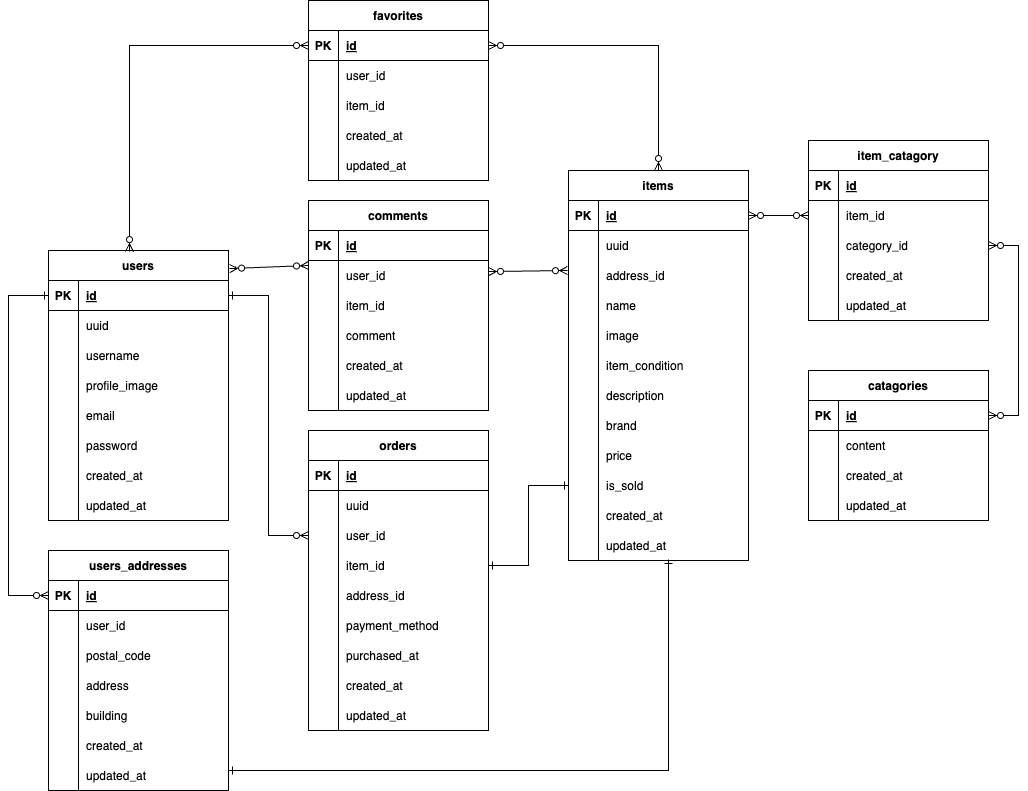
Before: erd.png, a diagram exported from draw.io (Koharu5810/flea_market). Source tidied: cells renumbered, new cells last; positions are measured from the earlier drawing's top-left corner, leaving out a move shared by most shapes.
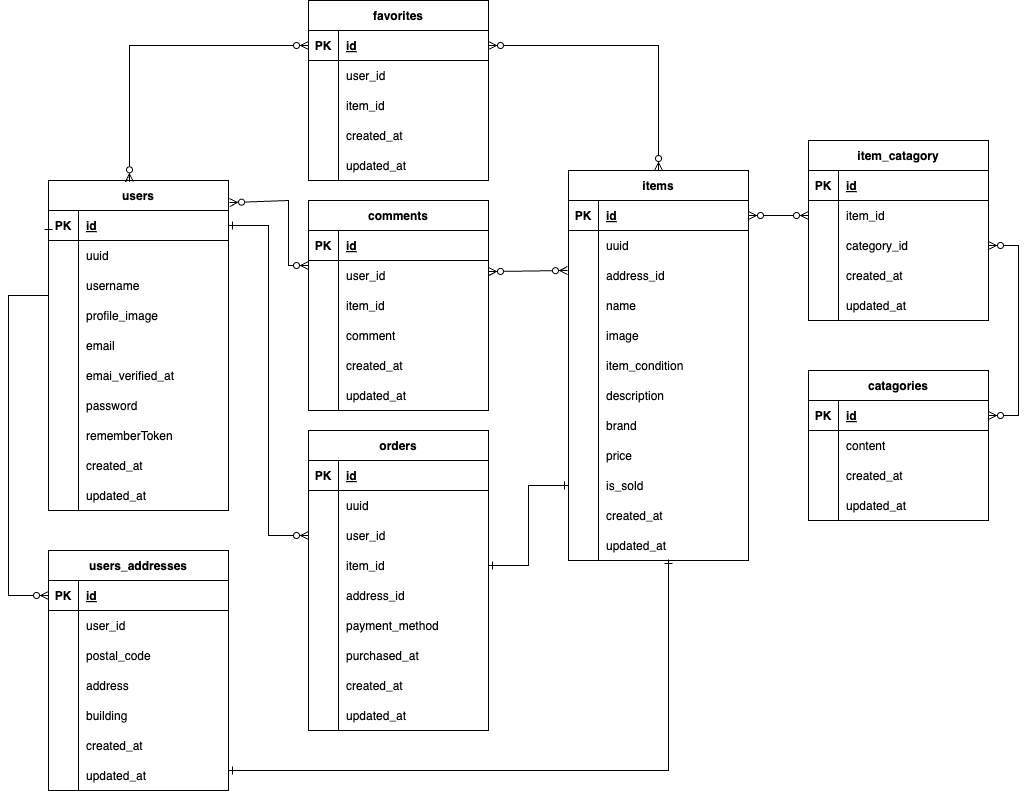
The same diagram one commit later.

What changed in the source:
```diff
@@ -272,7 +272,7 @@
       <mxGeometry x="30" width="150" height="30" as="geometry" />
     </mxCell>
     <mxCell id="90" value="users" style="shape=table;startSize=30;rowLines=0;fontStyle=1;align=center;" parent="1" vertex="1">
-      <mxGeometry x="40" y="250" width="180" height="270" as="geometry" />
+      <mxGeometry x="40" y="180" width="180" height="330" as="geometry" />
     </mxCell>
     <mxCell id="91" style="shape=tableRow;horizontal=0;startSize=0;swimlaneHead=0;swimlaneBody=0;fillColor=none;points=[[0,0.5],[1,0.5]];portConstraint=eastwest;top=0;left=0;right=0;bottom=1;" parent="90" vertex="1">
       <mxGeometry y="30" width="180" height="30" as="geometry" />
@@ -325,7 +325,7 @@
     <mxCell id="107" style="shape=partialRectangle;fillColor=none;top=0;left=0;bottom=0;right=0;overflow=hidden;" parent="106" vertex="1">
       <mxGeometry width="30" height="30" as="geometry" />
     </mxCell>
-    <mxCell id="108" value="password" style="shape=partialRectangle;fillColor=none;top=0;left=0;bottom=0;right=0;align=left;spacingLeft=6;overflow=hidden;" parent="106" vertex="1">
+    <mxCell id="108" value="emai_verified_at" style="shape=partialRectangle;fillColor=none;top=0;left=0;bottom=0;right=0;align=left;spacingLeft=6;overflow=hidden;" parent="106" vertex="1">
       <mxGeometry x="30" width="150" height="30" as="geometry" />
     </mxCell>
     <mxCell id="109" style="shape=tableRow;horizontal=0;startSize=0;swimlaneHead=0;swimlaneBody=0;fillColor=none;top=0;left=0;right=0;bottom=0;" parent="90" vertex="1">
@@ -334,11 +334,29 @@
     <mxCell id="110" style="shape=partialRectangle;fillColor=none;top=0;left=0;bottom=0;right=0;overflow=hidden;" parent="109" vertex="1">
       <mxGeometry width="30" height="30" as="geometry" />
     </mxCell>
-    <mxCell id="111" value="created_at" style="shape=partialRectangle;fillColor=none;top=0;left=0;bottom=0;right=0;align=left;spacingLeft=6;overflow=hidden;" parent="109" vertex="1">
+    <mxCell id="111" value="password" style="shape=partialRectangle;fillColor=none;top=0;left=0;bottom=0;right=0;align=left;spacingLeft=6;overflow=hidden;" parent="109" vertex="1">
       <mxGeometry x="30" width="150" height="30" as="geometry" />
     </mxCell>
+    <mxCell id="188" style="shape=tableRow;horizontal=0;startSize=0;swimlaneHead=0;swimlaneBody=0;fillColor=none;top=0;left=0;right=0;bottom=0;" parent="90" vertex="1">
+      <mxGeometry y="240" width="180" height="30" as="geometry" />
+    </mxCell>
+    <mxCell id="189" style="shape=partialRectangle;fillColor=none;top=0;left=0;bottom=0;right=0;overflow=hidden;" parent="188" vertex="1">
+      <mxGeometry width="30" height="30" as="geometry" />
+    </mxCell>
+    <mxCell id="190" value="rememberToken" style="shape=partialRectangle;fillColor=none;top=0;left=0;bottom=0;right=0;align=left;spacingLeft=6;overflow=hidden;" parent="188" vertex="1">
+      <mxGeometry x="30" width="150" height="30" as="geometry" />
+    </mxCell>
+    <mxCell id="191" style="shape=tableRow;horizontal=0;startSize=0;swimlaneHead=0;swimlaneBody=0;fillColor=none;top=0;left=0;right=0;bottom=0;" parent="90" vertex="1">
+      <mxGeometry y="270" width="180" height="30" as="geometry" />
+    </mxCell>
+    <mxCell id="192" style="shape=partialRectangle;fillColor=none;top=0;left=0;bottom=0;right=0;overflow=hidden;" parent="191" vertex="1">
+      <mxGeometry width="30" height="30" as="geometry" />
+    </mxCell>
+    <mxCell id="193" value="created_at" style="shape=partialRectangle;fillColor=none;top=0;left=0;bottom=0;right=0;align=left;spacingLeft=6;overflow=hidden;" parent="191" vertex="1">
+      <mxGeometry x="30" width="150" height="30" as="geometry" />
+    </mxCell>
     <mxCell id="112" style="shape=tableRow;horizontal=0;startSize=0;swimlaneHead=0;swimlaneBody=0;fillColor=none;top=0;left=0;right=0;bottom=0;" parent="90" vertex="1">
-      <mxGeometry y="240" width="180" height="30" as="geometry" />
+      <mxGeometry y="300" width="180" height="30" as="geometry" />
     </mxCell>
     <mxCell id="113" style="shape=partialRectangle;fillColor=none;top=0;left=0;bottom=0;right=0;overflow=hidden;" parent="112" vertex="1">
       <mxGeometry width="30" height="30" as="geometry" />
@@ -564,6 +582,10 @@
     <mxCell id="185" style="html=1;startArrow=ERzeroToMany;startFill=0;endArrow=ERzeroToMany;endFill=0;rounded=0;exitX=1.006;exitY=0.067;exitDx=0;exitDy=0;exitPerimeter=0;" parent="1" edge="1" source="90">
       <mxGeometry relative="1" as="geometry">
         <mxPoint x="300" y="265" as="targetPoint" />
+        <Array as="points">
+          <mxPoint x="280" y="200" />
+          <mxPoint x="280" y="265" />
+        </Array>
       </mxGeometry>
     </mxCell>
     <mxCell id="186" style="html=1;startArrow=ERzeroToMany;startFill=0;endArrow=ERzeroToMany;endFill=0;rounded=0;exitX=1.006;exitY=0.067;exitDx=0;exitDy=0;exitPerimeter=0;" parent="1" edge="1">
```
